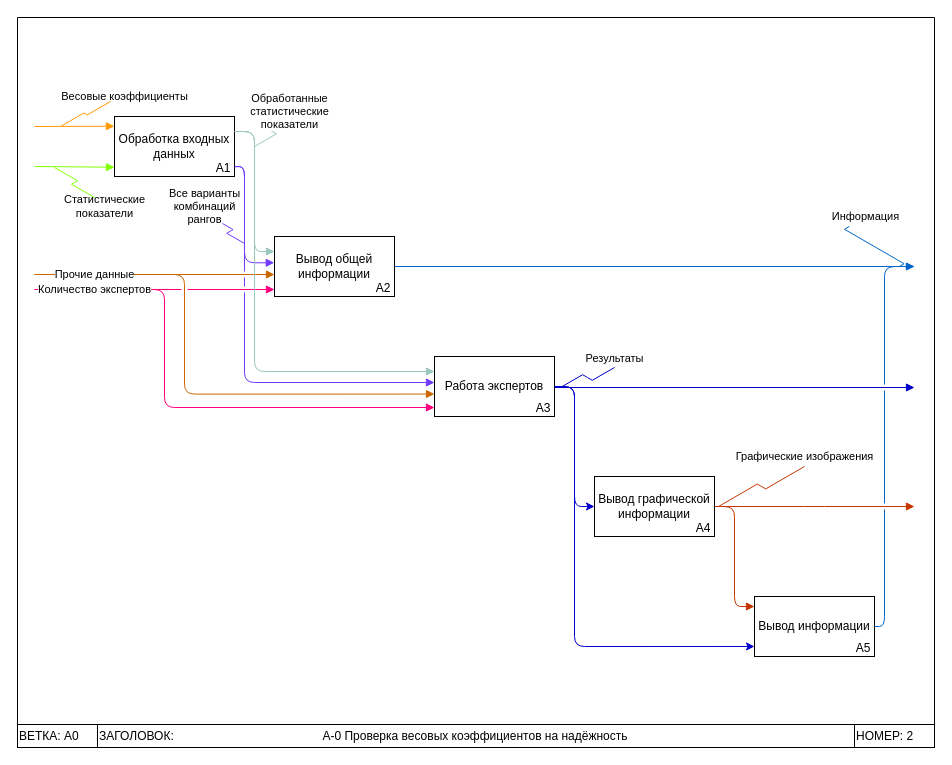
The draw.io diagram page "А0" (2 of 4) of draw_io/idef0 prog.drawio in Dimj1k/Works, before the edit. Source tidied: cells renumbered, new cells numbered last; positions are measured from the earlier drawing's top-left corner, leaving out a move shared by most shapes. Both pictures are drawn from the tidied source at 100%, with x=0, y=0 at pixel (17, 17).
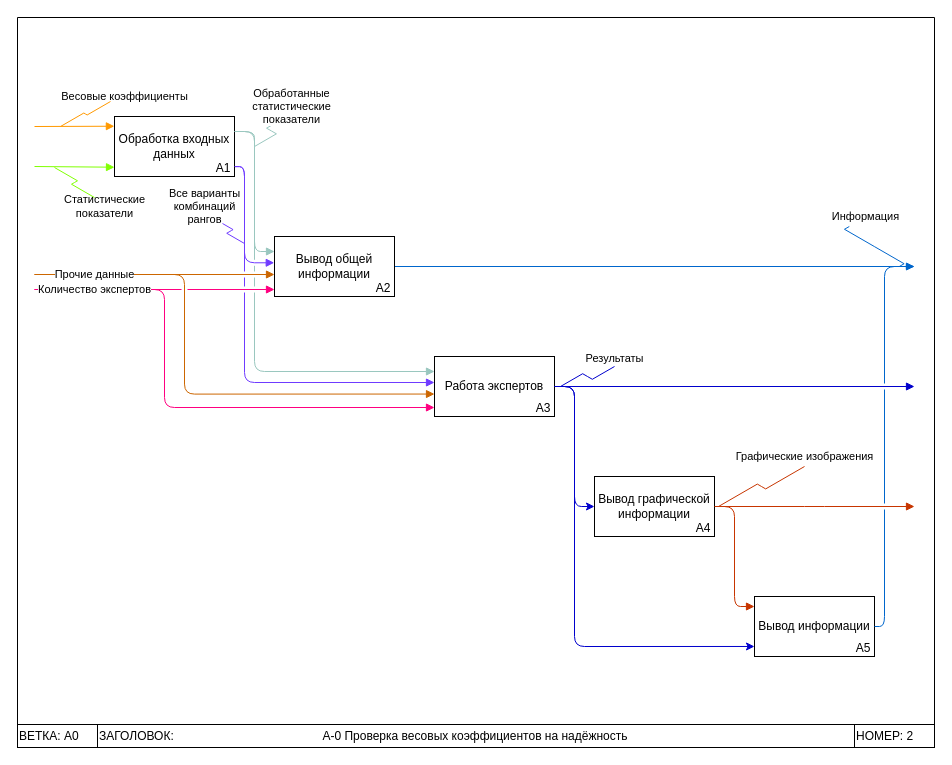
The same diagram, later.

The change refers to these unchanged cells:
```xml
<mxCell id="6" style="swimlane;direction=west;fillColor=none;swimlaneFillColor=none;shadow=0;swimlaneLine=1;" parent="1" vertex="1">
  <mxGeometry width="917" height="730" as="geometry" />
</mxCell>
<mxCell id="14" value="Обработка входных данных" style="rounded=0;whiteSpace=wrap;html=1;" parent="13" vertex="1">
  <mxGeometry width="120" height="60" as="geometry" />
</mxCell>
<mxCell id="18" value="Вывод общей информации" style="rounded=0;whiteSpace=wrap;html=1;" parent="16" vertex="1">
  <mxGeometry width="120" height="60" as="geometry" />
</mxCell>
<mxCell id="24" value="Работа экспертов" style="rounded=0;whiteSpace=wrap;html=1;" parent="23" vertex="1">
  <mxGeometry width="120" height="60" as="geometry" />
</mxCell>
```

Change to the diagram source:
```diff
@@
     <mxCell id="2" value="Обработанные&lt;br&gt;статистические &lt;br&gt;показатели" style="edgeStyle=isometricEdgeStyle;endArrow=none;html=1;rounded=0;strokeColor=#9ac7bf;" parent="1" edge="1">
-      <mxGeometry x="1" y="4" relative="1" as="geometry">
+      <mxGeometry x="1" y="9" relative="1" as="geometry">
         <mxPoint x="237" y="129" as="sourcePoint" />
         <mxPoint x="271" y="98" as="targetPoint" />
-        <mxPoint x="3" y="-1" as="offset" />
+        <mxPoint x="7" y="-1" as="offset" />
       </mxGeometry>
     </mxCell>
     <mxCell id="3" style="endArrow=block;html=1;rounded=0;endFill=1;strokeColor=#0000cc;" parent="1" edge="1">
       <mxGeometry relative="1" as="geometry">
-        <mxPoint x="537" y="370" as="sourcePoint" />
-        <mxPoint x="897" y="370" as="targetPoint" />
+        <mxPoint x="537" y="369" as="sourcePoint" />
+        <mxPoint x="897" y="369" as="targetPoint" />
       </mxGeometry>
     </mxCell>
@@
-    <mxCell id="39" style="edgeStyle=orthogonalEdgeStyle;rounded=1;jettySize=auto;html=1;exitX=1;exitY=0.25;exitDx=0;exitDy=0;entryX=0;entryY=0.25;entryDx=0;entryDy=0;strokeColor=#9AC7BF;endArrow=block;endFill=1;" parent="6" edge="1" source="14" target="18">
-      <mxGeometry relative="1" as="geometry" />
-    </mxCell>
@@
-    <mxCell id="41" style="edgeStyle=orthogonalEdgeStyle;rounded=1;jettySize=auto;html=1;exitX=1;exitY=0.25;exitDx=0;exitDy=0;entryX=0;entryY=0.25;entryDx=0;entryDy=0;strokeColor=#9AC7BF;endArrow=block;endFill=1;" parent="6" edge="1" source="14" target="24">
+    <mxCell id="41" style="edgeStyle=orthogonalEdgeStyle;rounded=1;jettySize=auto;html=1;exitX=1;exitY=0.25;exitDx=0;exitDy=0;entryX=0;entryY=0.25;entryDx=0;entryDy=0;strokeColor=#9AC7BF;endArrow=block;endFill=1;jumpStyle=gap;" parent="6" edge="1" source="14" target="24">
       <mxGeometry relative="1" as="geometry">
         <Array as="points">
           <mxPoint x="237" y="114" />
           <mxPoint x="237" y="354" />
         </Array>
       </mxGeometry>
     </mxCell>
@@
+    <mxCell id="39" style="edgeStyle=orthogonalEdgeStyle;rounded=1;jettySize=auto;html=1;exitX=1;exitY=0.25;exitDx=0;exitDy=0;entryX=0;entryY=0.25;entryDx=0;entryDy=0;strokeColor=#9AC7BF;endArrow=block;endFill=1;" parent="6" edge="1" source="14" target="18">
+      <mxGeometry relative="1" as="geometry" />
+    </mxCell>
@@
     <mxCell id="45" style="edgeStyle=isometricEdgeStyle;endArrow=none;html=1;rounded=0;strokeColor=#0000cc;" parent="1" edge="1">
       <mxGeometry relative="1" as="geometry">
-        <mxPoint x="543" y="370" as="sourcePoint" />
-        <mxPoint x="597" y="350" as="targetPoint" />
+        <mxPoint x="543" y="369" as="sourcePoint" />
+        <mxPoint x="597" y="349" as="targetPoint" />
       </mxGeometry>
     </mxCell>
```
